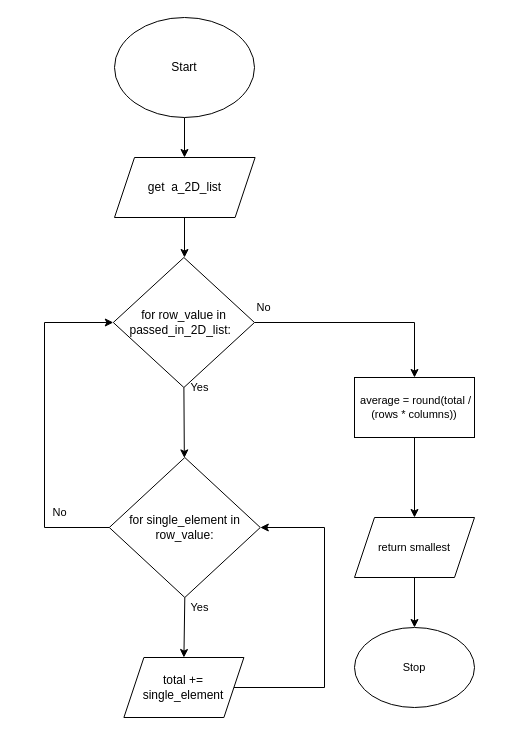
Earlier version of the draw.io diagram flowchart.drawio (Aleksandr-Ten/ICS3U-Unit6-05-Python). Source tidied: cells renumbered, new cells numbered last; positions are measured from the earlier drawing's top-left corner, leaving out a move shared by most shapes. Both pictures are drawn from the tidied source at 100%, with x=0, y=0 at pixel (44, 17).
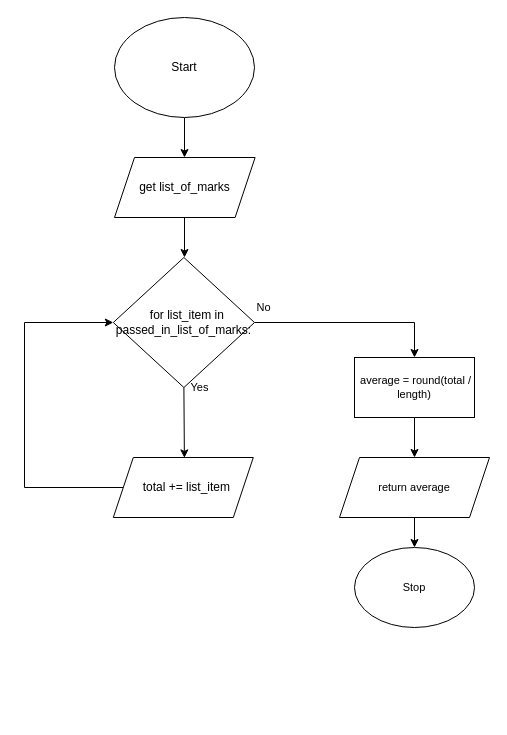
The same page after the edit.

What changed in the source:
```diff
@@
-    <mxCell id="5" style="edgeStyle=none;html=1;exitX=0.5;exitY=1;exitDx=0;exitDy=0;" parent="1" edge="1" source="7" target="10">
-      <mxGeometry relative="1" as="geometry" />
+    <mxCell id="5" style="edgeStyle=none;html=1;exitX=0.5;exitY=1;exitDx=0;exitDy=0;" parent="1" edge="1" source="7">
+      <mxGeometry relative="1" as="geometry">
+        <mxPoint x="139.9" y="440.4" as="targetPoint" />
+      </mxGeometry>
     </mxCell>
@@
-    <mxCell id="7" value="&lt;span style=&quot;font-weight: 400&quot;&gt;for row_value in passed_in_2D_list:&amp;nbsp;&amp;nbsp;&lt;/span&gt;" style="rhombus;whiteSpace=wrap;html=1;fontStyle=1;" parent="1" vertex="1">
+    <mxCell id="7" value="&lt;span style=&quot;font-weight: 400&quot;&gt;&amp;nbsp; for list_item in passed_in_list_of_marks:&lt;/span&gt;" style="rhombus;whiteSpace=wrap;html=1;fontStyle=1;" parent="1" vertex="1">
       <mxGeometry x="68.8" y="240" width="141.2" height="130" as="geometry" />
     </mxCell>
-    <mxCell id="8" style="edgeStyle=none;html=1;exitX=0.5;exitY=1;exitDx=0;exitDy=0;entryX=0.5;entryY=0;entryDx=0;entryDy=0;" parent="1" edge="1" source="10">
-      <mxGeometry relative="1" as="geometry">
-        <mxPoint x="139.4" y="640" as="targetPoint" />
-      </mxGeometry>
-    </mxCell>
-    <mxCell id="9" style="edgeStyle=orthogonalEdgeStyle;html=1;exitX=0;exitY=0.5;exitDx=0;exitDy=0;entryX=0;entryY=0.5;entryDx=0;entryDy=0;rounded=0;" parent="1" edge="1" source="10" target="7">
-      <mxGeometry relative="1" as="geometry">
-        <Array as="points">
-          <mxPoint y="510" />
-          <mxPoint y="305" />
-        </Array>
-      </mxGeometry>
-    </mxCell>
-    <mxCell id="10" value="&lt;div&gt;&lt;span style=&quot;font-weight: 400&quot;&gt;for single_element in row_value:&lt;/span&gt;&lt;br&gt;&lt;/div&gt;" style="rhombus;whiteSpace=wrap;html=1;fontStyle=1;" parent="1" vertex="1">
-      <mxGeometry x="64.8" y="440" width="151" height="140" as="geometry" />
-    </mxCell>
-    <mxCell id="11" value="No" style="text;html=1;align=center;verticalAlign=middle;fillColor=none;strokeColor=none;rounded=0;fontFamily=Helvetica;fontSize=11;fontColor=default;" parent="1" vertex="1">
-      <mxGeometry y="485" width="30" height="20" as="geometry" />
-    </mxCell>
@@
-    <mxCell id="14" value="return smallest" style="shape=parallelogram;perimeter=parallelogramPerimeter;whiteSpace=wrap;html=1;fixedSize=1;fontFamily=Helvetica;fontSize=11;fontColor=default;" parent="1" vertex="1">
-      <mxGeometry x="310" y="500" width="120" height="60" as="geometry" />
+    <mxCell id="14" value="return average" style="shape=parallelogram;perimeter=parallelogramPerimeter;whiteSpace=wrap;html=1;fixedSize=1;fontFamily=Helvetica;fontSize=11;fontColor=default;" parent="1" vertex="1">
+      <mxGeometry x="295" y="440" width="150" height="60" as="geometry" />
     </mxCell>
     <mxCell id="15" value="Stop" style="ellipse;whiteSpace=wrap;html=1;fontFamily=Helvetica;fontSize=11;fontColor=default;" parent="1" vertex="1">
-      <mxGeometry x="310" y="610" width="120" height="80" as="geometry" />
+      <mxGeometry x="310" y="530" width="120" height="80" as="geometry" />
     </mxCell>
@@
-    <mxCell id="17" value="get&amp;nbsp; a_2D_list" style="shape=parallelogram;perimeter=parallelogramPerimeter;whiteSpace=wrap;html=1;fixedSize=1;" parent="1" vertex="1">
+    <mxCell id="17" value="get list_of_marks" style="shape=parallelogram;perimeter=parallelogramPerimeter;whiteSpace=wrap;html=1;fixedSize=1;" parent="1" vertex="1">
       <mxGeometry x="70" y="140" width="140.6" height="60" as="geometry" />
     </mxCell>
-    <mxCell id="18" style="edgeStyle=orthogonalEdgeStyle;html=1;exitX=1;exitY=0.5;exitDx=0;exitDy=0;entryX=1;entryY=0.5;entryDx=0;entryDy=0;rounded=0;" parent="1" edge="1" source="19" target="10">
-      <mxGeometry relative="1" as="geometry">
-        <Array as="points">
-          <mxPoint x="280" y="670" />
-          <mxPoint x="280" y="510" />
-        </Array>
-      </mxGeometry>
-    </mxCell>
-    <mxCell id="19" value="total += single_element" style="shape=parallelogram;perimeter=parallelogramPerimeter;whiteSpace=wrap;html=1;fixedSize=1;" parent="1" vertex="1">
-      <mxGeometry x="79.4" y="640" width="120" height="60" as="geometry" />
-    </mxCell>
@@
-    <mxCell id="21" value="&amp;nbsp;average = round(total / (rows * columns))" style="rounded=0;whiteSpace=wrap;html=1;fontFamily=Helvetica;fontSize=11;fontColor=default;" parent="1" vertex="1">
-      <mxGeometry x="310" y="360" width="120" height="60" as="geometry" />
+    <mxCell id="21" value="&lt;div&gt;&amp;nbsp;average = round(total / length)&lt;/div&gt;" style="rounded=0;whiteSpace=wrap;html=1;fontFamily=Helvetica;fontSize=11;fontColor=default;" parent="1" vertex="1">
+      <mxGeometry x="310" y="340" width="120" height="60" as="geometry" />
     </mxCell>
+    <mxCell id="23" style="edgeStyle=orthogonalEdgeStyle;html=1;exitX=0;exitY=0.5;exitDx=0;exitDy=0;entryX=0;entryY=0.5;entryDx=0;entryDy=0;rounded=0;" parent="1" edge="1" source="22" target="7">
+      <mxGeometry relative="1" as="geometry">
+        <Array as="points">
+          <mxPoint x="-20" y="470" />
+          <mxPoint x="-20" y="305" />
+        </Array>
+      </mxGeometry>
+    </mxCell>
-    <mxCell id="22" value="Yes" style="text;html=1;align=center;verticalAlign=middle;points=[];fillColor=none;strokeColor=none;rounded=0;fontFamily=Helvetica;fontSize=11;fontColor=default;" parent="1" vertex="1">
-      <mxGeometry x="140" y="580" width="30" height="20" as="geometry" />
+    <mxCell id="22" value="&amp;nbsp; total += list_item" style="shape=parallelogram;perimeter=parallelogramPerimeter;whiteSpace=wrap;html=1;fixedSize=1;" parent="1" vertex="1">
+      <mxGeometry x="68.8" y="440" width="140" height="60" as="geometry" />
     </mxCell>
```
